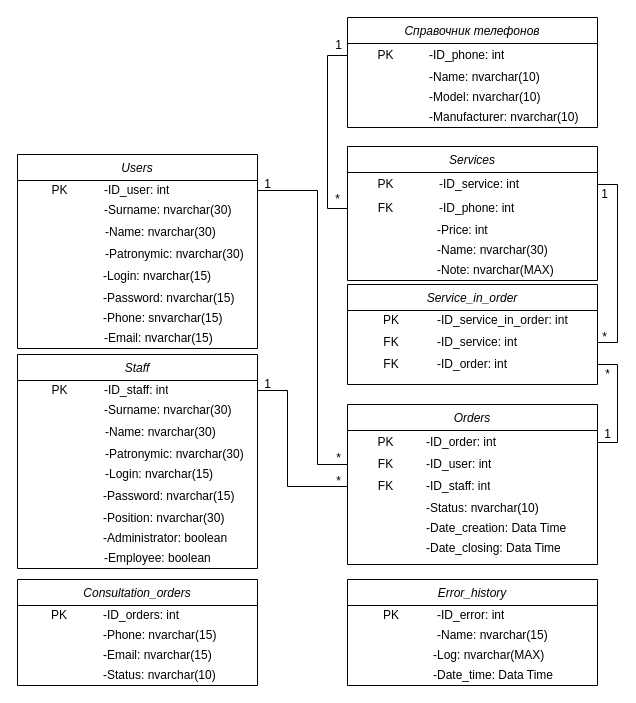
This is page "Физическая диаграмма классов базы данных" (5 of 5) of Курсач/Диаграммы/Диаграмма классов анализа.drawio from JolyBin/Valeriy, a draw.io file, before an edit. Source tidied: cells renumbered, new cells numbered last; positions are measured from the earlier drawing's top-left corner, leaving out a move shared by most shapes. Both pictures are drawn from the tidied source at 100%, with x=0, y=0 at pixel (17, 17).
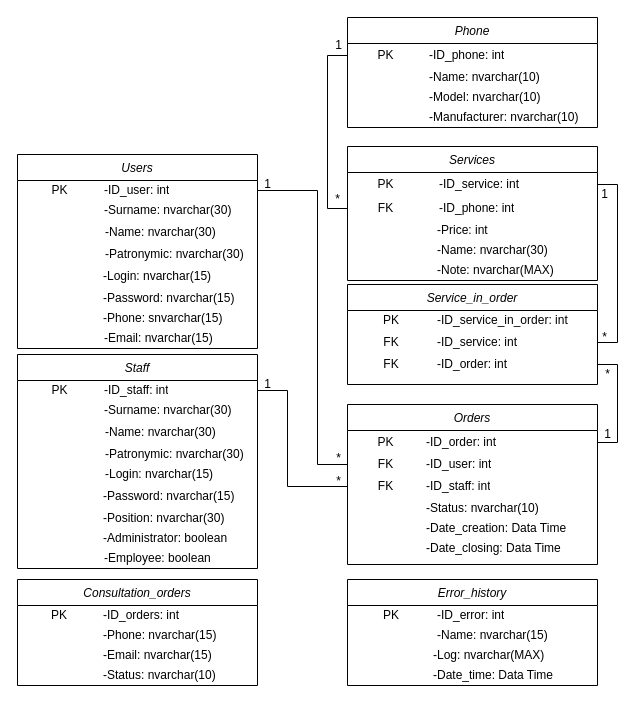
After the change.

Change to the diagram source:
```diff
@@
-    <mxCell id="134" value="Справочник телефонов" style="swimlane;fontStyle=2;align=center;verticalAlign=top;horizontal=1;startSize=26;rounded=0;shadow=0;strokeWidth=1;" parent="1" vertex="1">
+    <mxCell id="134" value="Phone" style="swimlane;fontStyle=2;align=center;verticalAlign=top;horizontal=1;startSize=26;rounded=0;shadow=0;strokeWidth=1;" parent="1" vertex="1">
       <mxGeometry x="330" width="250" height="110" as="geometry" />
     </mxCell>
```
